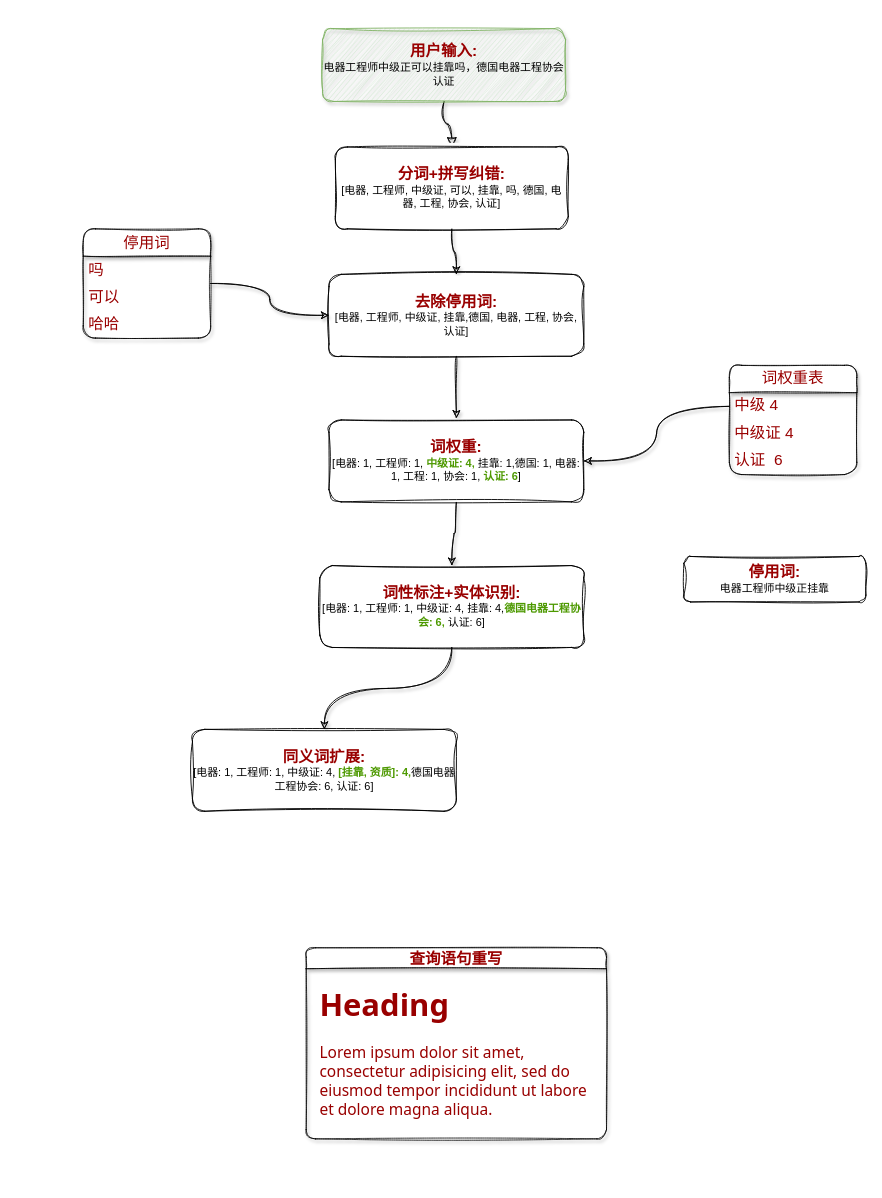
This is 未命名绘图.drawio from xuhaowork/myStudio, a draw.io file, before an edit. Source tidied: cells renumbered, new cells numbered last; positions are measured from the earlier drawing's top-left corner, leaving out a move shared by most shapes. Both pictures are drawn from the tidied source at 91%, with x=0, y=0 at pixel (83, 28).
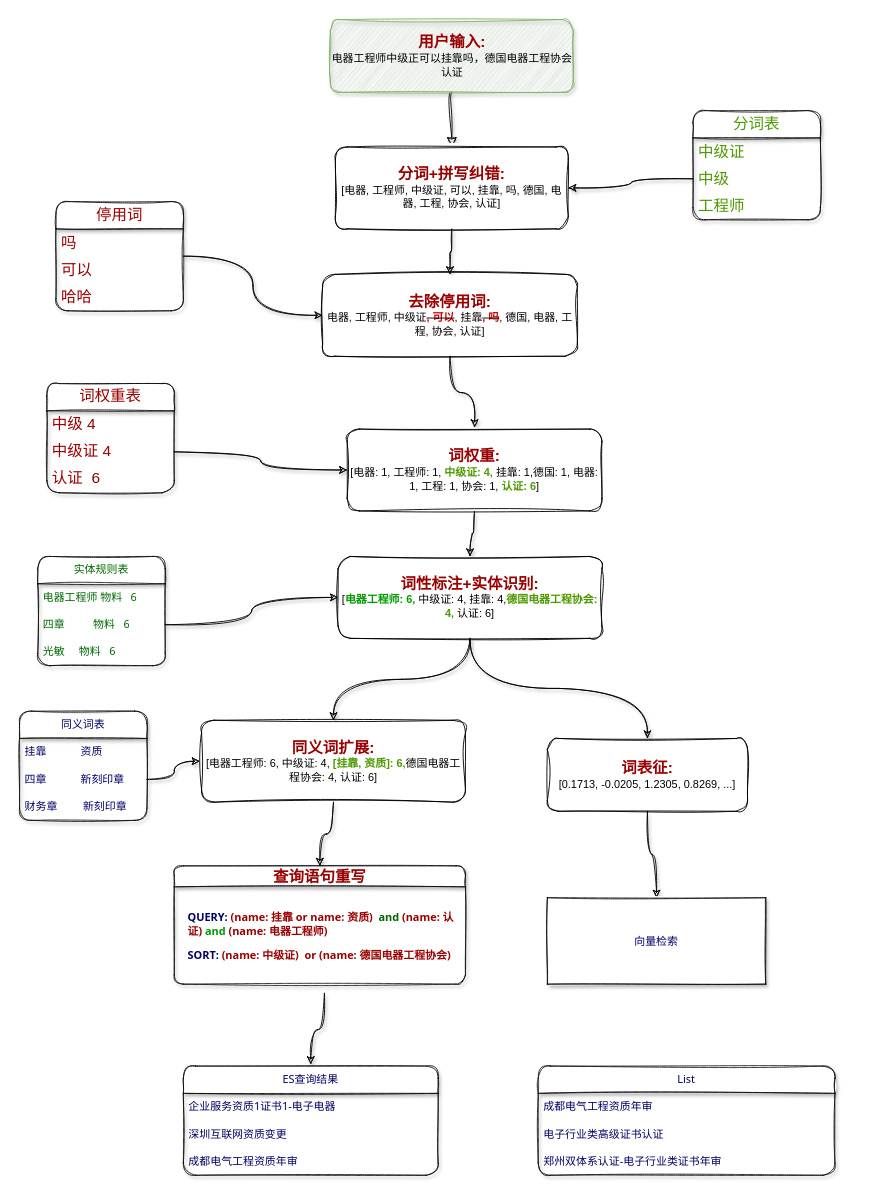
The same page after the edit.

Commit message (it also covers changes not shown here):
更新未命名绘图.drawio

The change refers to these unchanged cells:
```xml
<mxCell id="5" value="&lt;b style=&quot;border-color: var(--border-color); font-size: 17px;&quot;&gt;&lt;font style=&quot;border-color: var(--border-color);&quot; color=&quot;#990000&quot;&gt;分词+拼写纠错:&lt;/font&gt;&lt;br style=&quot;border-color: var(--border-color);&quot;&gt;&lt;/b&gt;[电器, 工程师, 中级证, 可以, 挂靠, 吗, 德国, 电器, 工程, 协会, 认证]" style="rounded=1;whiteSpace=wrap;html=1;fontSize=12;glass=0;strokeWidth=1;shadow=0;sketch=1;curveFitting=1;jiggle=2;" parent="1" vertex="1">
  <mxGeometry x="277" y="130" width="256" height="90" as="geometry" />
</mxCell>
<mxCell id="14" value="中级 4" style="text;strokeColor=none;fillColor=none;align=left;verticalAlign=middle;spacingLeft=4;spacingRight=4;overflow=hidden;points=[[0,0.5],[1,0.5]];portConstraint=eastwest;whiteSpace=wrap;html=1;fontSize=17;fontColor=#990000;" parent="13" vertex="1">
  <mxGeometry y="30" width="140" height="30" as="geometry" />
</mxCell>
<mxCell id="15" value="中级证 4" style="text;strokeColor=none;fillColor=none;align=left;verticalAlign=middle;spacingLeft=4;spacingRight=4;overflow=hidden;points=[[0,0.5],[1,0.5]];portConstraint=eastwest;whiteSpace=wrap;html=1;fontSize=17;fontColor=#990000;" parent="13" vertex="1">
  <mxGeometry y="60" width="140" height="30" as="geometry" />
</mxCell>
```

What changed in the source:
```diff
@@
     <mxCell id="3" value="&lt;b style=&quot;font-size: 17px;&quot;&gt;&lt;font style=&quot;font-size: 17px;&quot; color=&quot;#990000&quot;&gt;用户输入:&lt;/font&gt;&lt;br&gt;&lt;/b&gt;&lt;font face=&quot;Tahoma&quot;&gt;电器工程师中级正可以挂靠吗，德国电器工程协会认证&lt;/font&gt;" style="rounded=1;whiteSpace=wrap;html=1;fontSize=12;glass=0;strokeWidth=1;shadow=1;sketch=1;curveFitting=1;jiggle=2;fillColor=#d5e8d4;strokeColor=#82b366;" parent="1" vertex="1">
-      <mxGeometry x="263" width="267" height="80" as="geometry" />
+      <mxGeometry x="271.5" y="-10" width="267" height="80" as="geometry" />
     </mxCell>
@@
-    <mxCell id="7" value="&lt;b style=&quot;border-color: var(--border-color); font-size: 17px;&quot;&gt;&lt;font style=&quot;border-color: var(--border-color);&quot; color=&quot;#990000&quot;&gt;去除停用词:&lt;br&gt;&lt;/font&gt;&lt;/b&gt;[电器, 工程师, 中级证, 挂靠,德国, 电器, 工程, 协会, 认证]" style="rounded=1;whiteSpace=wrap;html=1;fontSize=12;glass=0;strokeWidth=1;shadow=0;sketch=1;curveFitting=1;jiggle=2;" parent="1" vertex="1">
-      <mxGeometry x="270" y="270" width="280" height="90" as="geometry" />
+    <mxCell id="7" value="&lt;b style=&quot;border-color: var(--border-color); font-size: 17px;&quot;&gt;&lt;font style=&quot;border-color: var(--border-color);&quot; color=&quot;#990000&quot;&gt;去除停用词:&lt;br&gt;&lt;/font&gt;&lt;/b&gt;电器, 工程师, 中级证&lt;strike&gt;&lt;font color=&quot;#cc0000&quot;&gt;&lt;b&gt;, 可以&lt;/b&gt;&lt;/font&gt;&lt;/strike&gt;, 挂靠&lt;strike&gt;&lt;font color=&quot;#cc0000&quot;&gt;&lt;b&gt;, 吗&lt;/b&gt;&lt;/font&gt;&lt;/strike&gt;, 德国, 电器, 工程, 协会, 认证]" style="rounded=1;whiteSpace=wrap;html=1;fontSize=12;glass=0;strokeWidth=1;shadow=0;sketch=1;curveFitting=1;jiggle=2;" parent="1" vertex="1">
+      <mxGeometry x="263" y="270" width="280" height="90" as="geometry" />
     </mxCell>
+    <mxCell id="26" style="edgeStyle=orthogonalEdgeStyle;curved=1;rounded=0;sketch=1;jettySize=auto;html=1;exitX=0.5;exitY=1;exitDx=0;exitDy=0;entryX=0.5;entryY=0;entryDx=0;entryDy=0;shadow=1;fontFamily=Tahoma;fontSize=12;fontColor=#000066;targetPerimeterSpacing=2;" parent="1" edge="1" source="8" target="54">
+      <mxGeometry relative="1" as="geometry" />
+    </mxCell>
-    <mxCell id="8" value="&lt;b style=&quot;border-color: var(--border-color); font-size: 17px;&quot;&gt;&lt;font style=&quot;border-color: var(--border-color);&quot; color=&quot;#990000&quot;&gt;停用词:&lt;/font&gt;&lt;br style=&quot;border-color: var(--border-color);&quot;&gt;&lt;/b&gt;电器工程师中级正挂靠" style="rounded=1;whiteSpace=wrap;html=1;fontSize=12;glass=0;strokeWidth=1;shadow=0;sketch=1;curveFitting=1;jiggle=2;" parent="1" vertex="1">
-      <mxGeometry x="660" y="580" width="200" height="50" as="geometry" />
+    <mxCell id="8" value="&lt;b style=&quot;border-color: var(--border-color); font-size: 17px;&quot;&gt;&lt;font style=&quot;border-color: var(--border-color);&quot; color=&quot;#990000&quot;&gt;词表征:&lt;/font&gt;&lt;br style=&quot;border-color: var(--border-color);&quot;&gt;&lt;/b&gt;[0.1713, -0.0205, 1.2305, 0.8269, ...]" style="rounded=1;whiteSpace=wrap;html=1;fontSize=12;glass=0;strokeWidth=1;shadow=0;sketch=1;curveFitting=1;jiggle=2;" parent="1" vertex="1">
+      <mxGeometry x="510" y="780" width="220" height="80" as="geometry" />
     </mxCell>
@@
     <mxCell id="10" value="&lt;b style=&quot;border-color: var(--border-color); font-size: 17px;&quot;&gt;&lt;font style=&quot;border-color: var(--border-color);&quot; color=&quot;#990000&quot;&gt;词权重:&lt;/font&gt;&lt;br style=&quot;border-color: var(--border-color);&quot;&gt;&lt;/b&gt;[电器: 1, 工程师: 1, &lt;b&gt;&lt;font color=&quot;#4d9900&quot;&gt;中级证: 4, &lt;/font&gt;&lt;/b&gt;挂靠: 1,德国: 1, 电器: 1, 工程: 1, 协会: 1, &lt;b&gt;&lt;font color=&quot;#4d9900&quot;&gt;认证: 6&lt;/font&gt;&lt;/b&gt;]" style="rounded=1;whiteSpace=wrap;html=1;fontSize=12;glass=0;strokeWidth=1;shadow=0;sketch=1;curveFitting=1;jiggle=2;" parent="1" vertex="1">
-      <mxGeometry x="270" y="430" width="280" height="90" as="geometry" />
+      <mxGeometry x="290" y="440" width="280" height="90" as="geometry" />
     </mxCell>
@@
+    <mxCell id="27" style="edgeStyle=orthogonalEdgeStyle;curved=1;rounded=0;sketch=1;jettySize=auto;html=1;exitX=0.5;exitY=1;exitDx=0;exitDy=0;entryX=0.5;entryY=0;entryDx=0;entryDy=0;shadow=1;fontFamily=Tahoma;fontSize=12;fontColor=#000066;targetPerimeterSpacing=2;" parent="1" edge="1" source="12" target="8">
+      <mxGeometry relative="1" as="geometry" />
+    </mxCell>
-    <mxCell id="12" value="&lt;b style=&quot;border-color: var(--border-color); font-size: 17px;&quot;&gt;&lt;font style=&quot;border-color: var(--border-color);&quot; color=&quot;#990000&quot;&gt;词性标注+实体识别:&lt;/font&gt;&lt;br style=&quot;border-color: var(--border-color);&quot;&gt;&lt;/b&gt;[电器: 1, 工程师: 1, 中级证: 4, 挂靠: 4,&lt;b&gt;&lt;font color=&quot;#4d9900&quot;&gt;德国电器工程协会: 6, &lt;/font&gt;&lt;/b&gt;认证: 6]" style="rounded=1;whiteSpace=wrap;html=1;fontSize=12;glass=0;strokeWidth=1;shadow=0;sketch=1;curveFitting=1;jiggle=2;" parent="1" vertex="1">
-      <mxGeometry x="260" y="590" width="290" height="90" as="geometry" />
+    <mxCell id="12" value="&lt;b style=&quot;border-color: var(--border-color); font-size: 17px;&quot;&gt;&lt;font style=&quot;border-color: var(--border-color);&quot; color=&quot;#990000&quot;&gt;词性标注+实体识别:&lt;/font&gt;&lt;br style=&quot;border-color: var(--border-color);&quot;&gt;&lt;/b&gt;[&lt;font color=&quot;#009900&quot;&gt;&lt;b&gt;电器工程师: 6, &lt;/b&gt;&lt;/font&gt;中级证: 4, 挂靠: 4,&lt;b&gt;&lt;font color=&quot;#4d9900&quot;&gt;德国电器工程协会: 4, &lt;/font&gt;&lt;/b&gt;认证: 6]" style="rounded=1;whiteSpace=wrap;html=1;fontSize=12;glass=0;strokeWidth=1;shadow=0;sketch=1;curveFitting=1;jiggle=2;" parent="1" vertex="1">
+      <mxGeometry x="280" y="580" width="290" height="90" as="geometry" />
     </mxCell>
     <mxCell id="13" value="词权重表" style="swimlane;fontStyle=0;horizontal=1;startSize=30;whiteSpace=wrap;html=1;rounded=1;shadow=1;sketch=1;fontSize=17;fontColor=#990000;dashed=1;dashPattern=1 1;" parent="1" vertex="1">
-      <mxGeometry x="710" y="370" width="140" height="120" as="geometry" />
+      <mxGeometry x="-40" y="390" width="140" height="120" as="geometry" />
     </mxCell>
@@
-    <mxCell id="17" style="edgeStyle=orthogonalEdgeStyle;rounded=0;sketch=1;jettySize=auto;html=1;entryX=1;entryY=0.5;entryDx=0;entryDy=0;shadow=1;fontSize=17;fontColor=#990000;targetPerimeterSpacing=2;curved=1;" parent="1" edge="1" source="14" target="10">
-      <mxGeometry relative="1" as="geometry" />
-    </mxCell>
@@
     <mxCell id="19" value="停用词" style="swimlane;fontStyle=0;horizontal=1;startSize=30;whiteSpace=wrap;html=1;rounded=1;shadow=1;dashed=1;dashPattern=1 1;sketch=1;fontFamily=Tahoma;fontSize=17;fontColor=#990000;" parent="1" vertex="1">
-      <mxGeometry y="220" width="140" height="120" as="geometry" />
+      <mxGeometry x="-30" y="190" width="140" height="120" as="geometry" />
     </mxCell>
@@
     <mxCell id="23" value="查询语句重写" style="swimlane;whiteSpace=wrap;html=1;rounded=1;shadow=1;dashed=1;dashPattern=1 1;sketch=1;fontFamily=Tahoma;fontSize=17;fontColor=#990000;" parent="1" vertex="1">
-      <mxGeometry x="245" y="1010" width="330" height="210" as="geometry" />
+      <mxGeometry x="100" y="920" width="320" height="130" as="geometry" />
     </mxCell>
-    <mxCell id="24" value="&lt;h1&gt;Heading&lt;/h1&gt;&lt;p&gt;Lorem ipsum dolor sit amet, consectetur adipisicing elit, sed do eiusmod tempor incididunt ut labore et dolore magna aliqua.&lt;/p&gt;" style="text;html=1;strokeColor=none;fillColor=none;spacing=5;spacingTop=-20;whiteSpace=wrap;overflow=hidden;rounded=0;fontSize=17;fontFamily=Tahoma;fontColor=#990000;" parent="23" vertex="1">
-      <mxGeometry x="10" y="30" width="320" height="170" as="geometry" />
+    <mxCell id="24" value="&lt;h1 style=&quot;font-size: 12px;&quot;&gt;&lt;br&gt;&lt;/h1&gt;&lt;div&gt;&lt;h1 style=&quot;border-color: var(--border-color); font-size: 12px;&quot;&gt;&lt;font color=&quot;#000066&quot;&gt;QUERY: &lt;/font&gt;(name: 挂靠 or name: 资质)&amp;nbsp;&amp;nbsp;&lt;font style=&quot;border-color: var(--border-color);&quot; color=&quot;#006600&quot;&gt;and&amp;nbsp;&lt;/font&gt;(name: 认证) &lt;font color=&quot;#009900&quot;&gt;and &lt;/font&gt;(name: 电器工程师)&lt;/h1&gt;&lt;/div&gt;&lt;div&gt;&lt;font style=&quot;font-size: 12px;&quot;&gt;&lt;b&gt;&lt;font color=&quot;#000066&quot;&gt;SORT: &lt;/font&gt;(name: 中级证)&amp;nbsp; or (name: 德国电器工程协会)&lt;/b&gt;&lt;/font&gt;&lt;/div&gt;" style="text;html=1;strokeColor=none;fillColor=none;spacing=5;spacingTop=-20;whiteSpace=wrap;overflow=hidden;rounded=0;fontSize=17;fontFamily=Tahoma;fontColor=#990000;" parent="23" vertex="1">
+      <mxGeometry x="10" y="30" width="310" height="110" as="geometry" />
     </mxCell>
+    <mxCell id="28" style="edgeStyle=orthogonalEdgeStyle;curved=1;rounded=0;sketch=1;jettySize=auto;html=1;exitX=0.5;exitY=1;exitDx=0;exitDy=0;entryX=0.5;entryY=0;entryDx=0;entryDy=0;shadow=1;fontFamily=Tahoma;fontSize=12;fontColor=#000066;targetPerimeterSpacing=2;" parent="1" edge="1" source="25" target="23">
+      <mxGeometry relative="1" as="geometry" />
+    </mxCell>
-    <mxCell id="25" value="&lt;b style=&quot;border-color: var(--border-color); font-size: 17px;&quot;&gt;&lt;font style=&quot;border-color: var(--border-color);&quot; color=&quot;#990000&quot;&gt;同义词扩展:&lt;/font&gt;&lt;br style=&quot;border-color: var(--border-color);&quot;&gt;&lt;/b&gt;[电器: 1, 工程师: 1, 中级证: 4, &lt;b&gt;&lt;font color=&quot;#4d9900&quot;&gt;[挂靠, 资质]: 4,&lt;/font&gt;&lt;/b&gt;德国电器工程协会: 6, 认证: 6]" style="rounded=1;whiteSpace=wrap;html=1;fontSize=12;glass=0;strokeWidth=1;shadow=0;sketch=1;curveFitting=1;jiggle=2;" parent="1" vertex="1">
-      <mxGeometry x="120" y="770" width="290" height="90" as="geometry" />
+    <mxCell id="25" value="&lt;b style=&quot;border-color: var(--border-color); font-size: 17px;&quot;&gt;&lt;font style=&quot;border-color: var(--border-color);&quot; color=&quot;#990000&quot;&gt;同义词扩展:&lt;/font&gt;&lt;br style=&quot;border-color: var(--border-color);&quot;&gt;&lt;/b&gt;[电器工程师: 6, 中级证: 4, &lt;b&gt;&lt;font color=&quot;#4d9900&quot;&gt;[挂靠, 资质]: 6,&lt;/font&gt;&lt;/b&gt;德国电器工程协会: 4, 认证: 6]" style="rounded=1;whiteSpace=wrap;html=1;fontSize=12;glass=0;strokeWidth=1;shadow=0;sketch=1;curveFitting=1;jiggle=2;" parent="1" vertex="1">
+      <mxGeometry x="130" y="760" width="290" height="90" as="geometry" />
     </mxCell>
+    <mxCell id="29" value="分词表" style="swimlane;fontStyle=0;horizontal=1;startSize=30;whiteSpace=wrap;html=1;rounded=1;shadow=1;dashed=1;dashPattern=1 1;sketch=1;fontFamily=Tahoma;fontSize=17;fontColor=#4D9900;" parent="1" vertex="1">
+      <mxGeometry x="670" y="90" width="140" height="120" as="geometry" />
+    </mxCell>
+    <mxCell id="30" value="中级证" style="text;strokeColor=none;fillColor=none;align=left;verticalAlign=middle;spacingLeft=4;spacingRight=4;overflow=hidden;whiteSpace=wrap;html=1;fontSize=17;fontFamily=Tahoma;fontColor=#4D9900;" parent="29" vertex="1">
+      <mxGeometry y="30" width="140" height="30" as="geometry" />
+    </mxCell>
+    <mxCell id="31" value="中级" style="text;strokeColor=none;fillColor=none;align=left;verticalAlign=middle;spacingLeft=4;spacingRight=4;overflow=hidden;points=[[0,0.5],[1,0.5]];portConstraint=eastwest;whiteSpace=wrap;html=1;fontSize=17;fontFamily=Tahoma;fontColor=#4D9900;" parent="29" vertex="1">
+      <mxGeometry y="60" width="140" height="30" as="geometry" />
+    </mxCell>
+    <mxCell id="32" value="工程师" style="text;strokeColor=none;fillColor=none;align=left;verticalAlign=middle;spacingLeft=4;spacingRight=4;overflow=hidden;whiteSpace=wrap;html=1;fontSize=17;fontFamily=Tahoma;fontColor=#4D9900;" parent="29" vertex="1">
+      <mxGeometry y="90" width="140" height="30" as="geometry" />
+    </mxCell>
+    <mxCell id="33" style="edgeStyle=orthogonalEdgeStyle;curved=1;rounded=0;sketch=1;jettySize=auto;html=1;exitX=0;exitY=0.5;exitDx=0;exitDy=0;entryX=1;entryY=0.5;entryDx=0;entryDy=0;shadow=1;fontFamily=Tahoma;fontSize=17;fontColor=#4D9900;targetPerimeterSpacing=2;" parent="1" edge="1" source="31" target="5">
+      <mxGeometry relative="1" as="geometry" />
+    </mxCell>
+    <mxCell id="34" value="实体规则表" style="swimlane;fontStyle=0;horizontal=1;startSize=30;whiteSpace=wrap;html=1;rounded=1;shadow=1;dashed=1;dashPattern=1 1;sketch=1;fontFamily=Tahoma;fontSize=12;fontColor=#006600;" parent="1" vertex="1">
+      <mxGeometry x="-50" y="580" width="140" height="120" as="geometry" />
+    </mxCell>
+    <mxCell id="35" value="电器工程师 物料&amp;nbsp; &amp;nbsp;6" style="text;strokeColor=none;fillColor=none;align=left;verticalAlign=middle;spacingLeft=4;spacingRight=4;overflow=hidden;whiteSpace=wrap;html=1;fontSize=12;fontFamily=Tahoma;fontColor=#006600;" parent="34" vertex="1">
+      <mxGeometry y="30" width="140" height="30" as="geometry" />
+    </mxCell>
+    <mxCell id="36" value="四章&lt;span style=&quot;white-space: pre;&quot;&gt; &lt;/span&gt;&amp;nbsp; &amp;nbsp; &amp;nbsp; &amp;nbsp; &amp;nbsp;物料&amp;nbsp; &amp;nbsp;6" style="text;strokeColor=none;fillColor=none;align=left;verticalAlign=middle;spacingLeft=4;spacingRight=4;overflow=hidden;points=[[0,0.5],[1,0.5]];portConstraint=eastwest;whiteSpace=wrap;html=1;fontSize=12;fontFamily=Tahoma;fontColor=#006600;" parent="34" vertex="1">
+      <mxGeometry y="60" width="140" height="30" as="geometry" />
+    </mxCell>
+    <mxCell id="37" value="光敏&amp;nbsp; &amp;nbsp;&lt;span style=&quot;white-space: pre;&quot;&gt; &lt;/span&gt;&amp;nbsp;物料&lt;span style=&quot;white-space: pre;&quot;&gt; &lt;/span&gt;&amp;nbsp; 6" style="text;strokeColor=none;fillColor=none;align=left;verticalAlign=middle;spacingLeft=4;spacingRight=4;overflow=hidden;whiteSpace=wrap;html=1;fontSize=12;fontFamily=Tahoma;fontColor=#006600;" parent="34" vertex="1">
+      <mxGeometry y="90" width="140" height="30" as="geometry" />
+    </mxCell>
+    <mxCell id="38" style="edgeStyle=orthogonalEdgeStyle;curved=1;rounded=0;sketch=1;jettySize=auto;html=1;exitX=1;exitY=0.5;exitDx=0;exitDy=0;entryX=0;entryY=0.5;entryDx=0;entryDy=0;shadow=1;fontFamily=Tahoma;fontSize=12;fontColor=#006600;targetPerimeterSpacing=2;" parent="1" edge="1" source="36" target="12">
+      <mxGeometry relative="1" as="geometry" />
+    </mxCell>
+    <mxCell id="39" style="edgeStyle=orthogonalEdgeStyle;curved=1;rounded=0;sketch=1;jettySize=auto;html=1;exitX=1;exitY=0.5;exitDx=0;exitDy=0;entryX=0;entryY=0.5;entryDx=0;entryDy=0;shadow=1;fontFamily=Tahoma;fontSize=12;fontColor=#000066;targetPerimeterSpacing=2;" parent="1" edge="1" source="15" target="10">
+      <mxGeometry relative="1" as="geometry" />
+    </mxCell>
+    <mxCell id="40" value="ES查询结果" style="swimlane;fontStyle=0;horizontal=1;startSize=30;whiteSpace=wrap;html=1;rounded=1;shadow=1;dashed=1;dashPattern=1 1;sketch=1;fontFamily=Tahoma;fontSize=12;fontColor=#000066;" parent="1" vertex="1">
+      <mxGeometry x="110" y="1140" width="280" height="120" as="geometry" />
+    </mxCell>
+    <mxCell id="41" value="企业服务资质1证书1-电子电器" style="text;strokeColor=none;fillColor=none;align=left;verticalAlign=middle;spacingLeft=4;spacingRight=4;overflow=hidden;whiteSpace=wrap;html=1;fontSize=12;fontFamily=Tahoma;fontColor=#000066;" parent="40" vertex="1">
+      <mxGeometry y="30" width="280" height="30" as="geometry" />
+    </mxCell>
+    <mxCell id="42" value="深圳互联网资质变更" style="text;strokeColor=none;fillColor=none;align=left;verticalAlign=middle;spacingLeft=4;spacingRight=4;overflow=hidden;whiteSpace=wrap;html=1;fontSize=12;fontFamily=Tahoma;fontColor=#000066;" parent="40" vertex="1">
+      <mxGeometry y="60" width="280" height="30" as="geometry" />
+    </mxCell>
+    <mxCell id="43" value="成都电气工程资质年审" style="text;strokeColor=none;fillColor=none;align=left;verticalAlign=middle;spacingLeft=4;spacingRight=4;overflow=hidden;whiteSpace=wrap;html=1;fontSize=12;fontFamily=Tahoma;fontColor=#000066;" parent="40" vertex="1">
+      <mxGeometry y="90" width="280" height="30" as="geometry" />
+    </mxCell>
+    <mxCell id="44" value="同义词表" style="swimlane;fontStyle=0;horizontal=1;startSize=30;whiteSpace=wrap;html=1;rounded=1;shadow=1;dashed=1;dashPattern=1 1;sketch=1;fontFamily=Tahoma;fontSize=12;fontColor=#000066;" parent="1" vertex="1">
+      <mxGeometry x="-70" y="750" width="140" height="120" as="geometry" />
+    </mxCell>
+    <mxCell id="45" value="挂靠&amp;nbsp; &amp;nbsp; &amp;nbsp; &amp;nbsp; &amp;nbsp; &amp;nbsp; 资质" style="text;strokeColor=none;fillColor=none;align=left;verticalAlign=middle;spacingLeft=4;spacingRight=4;overflow=hidden;whiteSpace=wrap;html=1;fontSize=12;fontFamily=Tahoma;fontColor=#000066;" parent="44" vertex="1">
+      <mxGeometry y="30" width="140" height="30" as="geometry" />
+    </mxCell>
+    <mxCell id="46" value="四章&lt;span style=&quot;white-space: pre;&quot;&gt; &lt;/span&gt;&amp;nbsp; &amp;nbsp; &amp;nbsp; &amp;nbsp; &amp;nbsp; &amp;nbsp;新刻印章" style="text;strokeColor=none;fillColor=none;align=left;verticalAlign=middle;spacingLeft=4;spacingRight=4;overflow=hidden;points=[[0,0.5],[1,0.5]];portConstraint=eastwest;whiteSpace=wrap;html=1;fontSize=12;fontFamily=Tahoma;fontColor=#000066;" parent="44" vertex="1">
+      <mxGeometry y="60" width="140" height="30" as="geometry" />
+    </mxCell>
+    <mxCell id="47" value="财务章&amp;nbsp; &amp;nbsp; &amp;nbsp; &amp;nbsp; &amp;nbsp;新刻印章" style="text;strokeColor=none;fillColor=none;align=left;verticalAlign=middle;spacingLeft=4;spacingRight=4;overflow=hidden;whiteSpace=wrap;html=1;fontSize=12;fontFamily=Tahoma;fontColor=#000066;" parent="44" vertex="1">
+      <mxGeometry y="90" width="140" height="30" as="geometry" />
+    </mxCell>
+    <mxCell id="48" style="edgeStyle=orthogonalEdgeStyle;curved=1;rounded=0;sketch=1;jettySize=auto;html=1;exitX=1;exitY=0.5;exitDx=0;exitDy=0;shadow=1;fontFamily=Tahoma;fontSize=12;fontColor=#000066;targetPerimeterSpacing=2;" parent="1" edge="1" source="46" target="25">
+      <mxGeometry relative="1" as="geometry" />
+    </mxCell>
+    <mxCell id="49" style="edgeStyle=orthogonalEdgeStyle;curved=1;rounded=0;sketch=1;jettySize=auto;html=1;exitX=0.5;exitY=1;exitDx=0;exitDy=0;shadow=1;fontFamily=Tahoma;fontSize=12;fontColor=#000066;targetPerimeterSpacing=2;" parent="1" edge="1" source="24" target="40">
+      <mxGeometry relative="1" as="geometry" />
+    </mxCell>
+    <mxCell id="50" value="List" style="swimlane;fontStyle=0;horizontal=1;startSize=30;whiteSpace=wrap;html=1;rounded=1;shadow=1;dashed=1;dashPattern=1 1;sketch=1;fontFamily=Tahoma;fontSize=12;fontColor=#000066;" parent="1" vertex="1">
+      <mxGeometry x="500" y="1140" width="326" height="120" as="geometry" />
+    </mxCell>
+    <mxCell id="51" value="成都电气工程资质年审" style="text;strokeColor=none;fillColor=none;align=left;verticalAlign=middle;spacingLeft=4;spacingRight=4;overflow=hidden;whiteSpace=wrap;html=1;fontSize=12;fontFamily=Tahoma;fontColor=#000066;" parent="50" vertex="1">
+      <mxGeometry y="30" width="326" height="30" as="geometry" />
+    </mxCell>
+    <mxCell id="52" value="电子行业类高级证书认证" style="text;strokeColor=none;fillColor=none;align=left;verticalAlign=middle;spacingLeft=4;spacingRight=4;overflow=hidden;whiteSpace=wrap;html=1;fontSize=12;fontFamily=Tahoma;fontColor=#000066;" parent="50" vertex="1">
+      <mxGeometry y="60" width="326" height="30" as="geometry" />
+    </mxCell>
+    <mxCell id="53" value="郑州双体系认证-电子行业类证书年审" style="text;strokeColor=none;fillColor=none;align=left;verticalAlign=middle;spacingLeft=4;spacingRight=4;overflow=hidden;whiteSpace=wrap;html=1;fontSize=12;fontFamily=Tahoma;fontColor=#000066;" parent="50" vertex="1">
+      <mxGeometry y="90" width="326" height="30" as="geometry" />
+    </mxCell>
+    <mxCell id="54" value="向量检索" style="rounded=0;whiteSpace=wrap;html=1;shadow=1;dashed=1;dashPattern=1 1;sketch=1;fontFamily=Tahoma;fontSize=12;fontColor=#000066;" parent="1" vertex="1">
+      <mxGeometry x="510" y="955" width="240" height="95" as="geometry" />
+    </mxCell>
```
